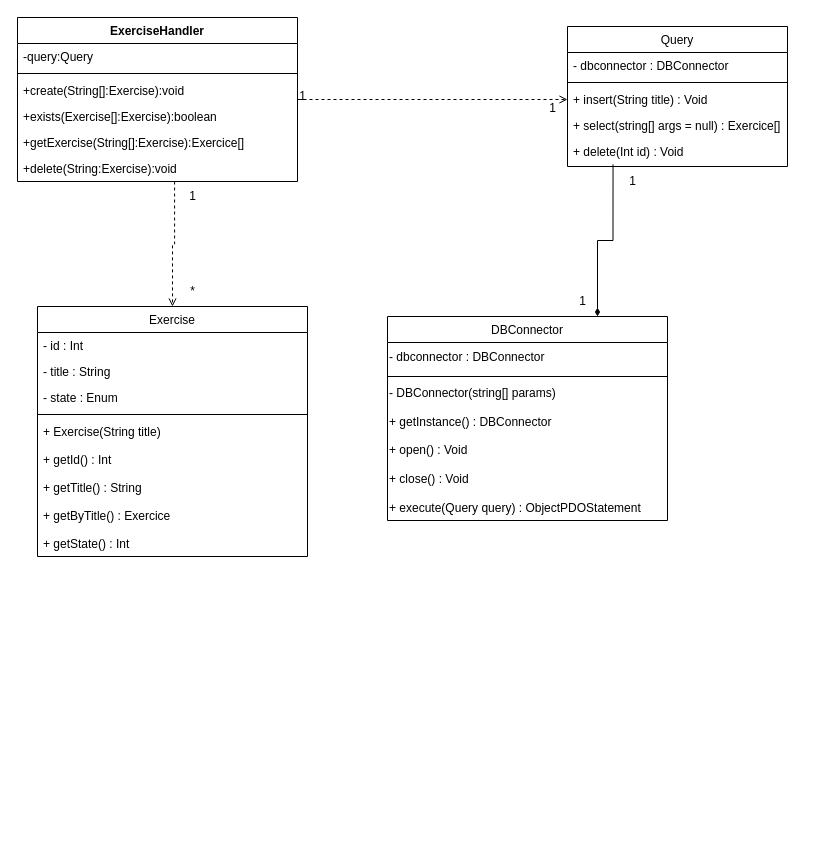
CPNV-ES/MAW1.1-JLR-JBD keeps this draw.io diagram as Documentation/DiagrammeClasse_JBD.drawio. Above is the earlier version. Source tidied: cells renumbered, new cells numbered last; positions are measured from the earlier drawing's top-left corner, leaving out a move shared by most shapes. Both pictures are drawn from the tidied source at 100%, with x=0, y=0 at pixel (17, 17).
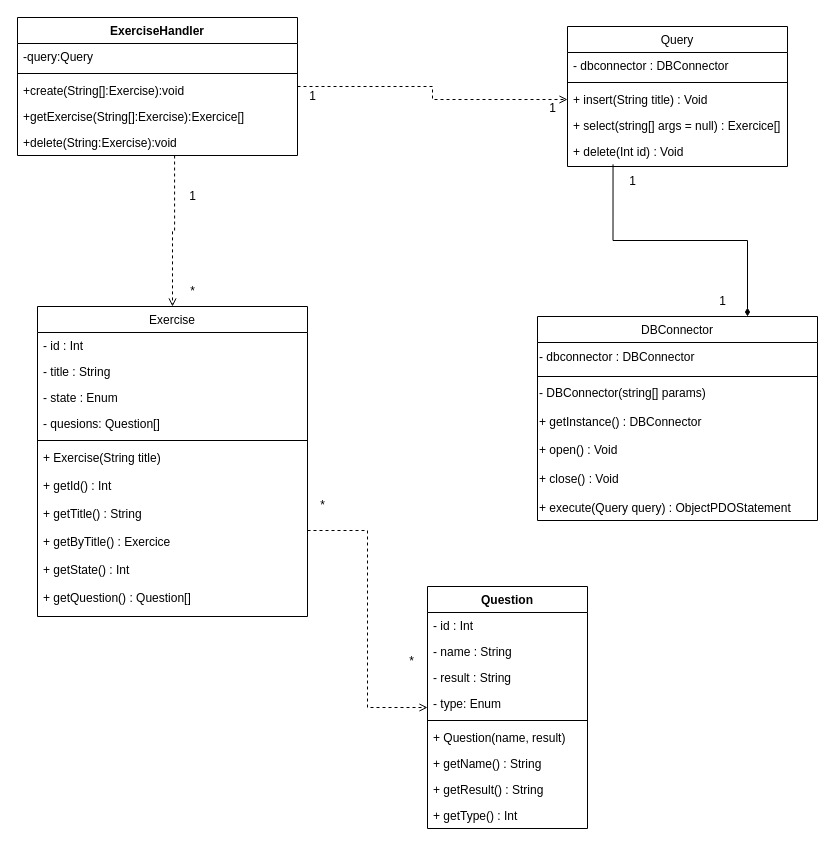
Above is the later version.

Diff of the diagram source:
```diff
@@
     <mxCell id="2" value="Exercise" style="swimlane;fontStyle=0;align=center;verticalAlign=top;horizontal=1;startSize=26;rounded=0;shadow=0;strokeWidth=1;" parent="1" vertex="1">
-      <mxGeometry x="20" y="289" width="270" height="250" as="geometry" />
+      <mxGeometry x="20" y="289" width="270" height="310" as="geometry" />
     </mxCell>
@@
+    <mxCell id="34" value="- quesions: Question[]" style="text;align=left;verticalAlign=top;spacingLeft=4;spacingRight=4;overflow=hidden;rounded=0;shadow=0;html=0;" parent="2" vertex="1">
+      <mxGeometry y="104" width="270" height="26" as="geometry" />
+    </mxCell>
     <mxCell id="6" style="line;html=1;strokeWidth=1;align=left;verticalAlign=middle;spacingTop=-1;spacingLeft=3;spacingRight=3;labelPosition=right;" parent="2" vertex="1">
-      <mxGeometry y="104" width="270" height="8" as="geometry" />
+      <mxGeometry y="130" width="270" height="8" as="geometry" />
     </mxCell>
-    <mxCell id="7" value="+ Exercise(String title) &#10;&#10;+ getId() : Int&#10;&#10;+ getTitle() : String&#10;&#10;+ getByTitle() : Exercice&#10;&#10;+ getState() : Int &#10;&#10;&#10;" style="text;align=left;verticalAlign=top;spacingLeft=4;spacingRight=4;overflow=hidden;points=[[0,0.5],[1,0.5]];portConstraint=eastwest;" parent="2" vertex="1">
-      <mxGeometry y="112" width="270" height="138" as="geometry" />
+    <mxCell id="7" value="+ Exercise(String title) &#10;&#10;+ getId() : Int&#10;&#10;+ getTitle() : String&#10;&#10;+ getByTitle() : Exercice&#10;&#10;+ getState() : Int &#10;&#10;+ getQuestion() : Question[]&#10;&#10;" style="text;align=left;verticalAlign=top;spacingLeft=4;spacingRight=4;overflow=hidden;points=[[0,0.5],[1,0.5]];portConstraint=eastwest;" parent="2" vertex="1">
+      <mxGeometry y="138" width="270" height="172" as="geometry" />
     </mxCell>
@@
     <mxCell id="9" value="DBConnector" style="swimlane;fontStyle=0;align=center;verticalAlign=top;horizontal=1;startSize=26;rounded=0;shadow=0;strokeWidth=1;" parent="1" vertex="1">
-      <mxGeometry x="370" y="299" width="280" height="204" as="geometry" />
+      <mxGeometry x="520" y="299" width="280" height="204" as="geometry" />
     </mxCell>
@@
     <mxCell id="20" value="1" style="text;html=1;align=center;verticalAlign=middle;strokeColor=none;fillColor=none;" parent="1" vertex="1">
-      <mxGeometry x="270" y="64" width="30" height="30" as="geometry" />
+      <mxGeometry x="280" y="64" width="30" height="30" as="geometry" />
     </mxCell>
@@
     <mxCell id="22" value="1" style="text;html=1;align=center;verticalAlign=middle;strokeColor=none;fillColor=none;" parent="1" vertex="1">
-      <mxGeometry x="550" y="269" width="30" height="30" as="geometry" />
+      <mxGeometry x="690" y="269" width="30" height="30" as="geometry" />
     </mxCell>
@@
     <mxCell id="24" value="ExerciseHandler" style="swimlane;fontStyle=1;align=center;verticalAlign=top;horizontal=1;startSize=26;" parent="1" vertex="1">
-      <mxGeometry width="280" height="164" as="geometry" />
+      <mxGeometry width="280" height="138" as="geometry" />
     </mxCell>
@@
-    <mxCell id="28" value="+exists(Exercise[]:Exercise):boolean" style="text;strokeColor=none;fillColor=none;align=left;verticalAlign=top;spacingLeft=4;spacingRight=4;overflow=hidden;" parent="24" vertex="1">
-      <mxGeometry y="86" width="280" height="26" as="geometry" />
-    </mxCell>
     <mxCell id="29" value="+getExercise(String[]:Exercise):Exercice[]" style="text;strokeColor=none;fillColor=none;align=left;verticalAlign=top;spacingLeft=4;spacingRight=4;overflow=hidden;" parent="24" vertex="1">
-      <mxGeometry y="112" width="280" height="26" as="geometry" />
+      <mxGeometry y="86" width="280" height="26" as="geometry" />
     </mxCell>
     <mxCell id="30" value="+delete(String:Exercise):void" style="text;strokeColor=none;fillColor=none;align=left;verticalAlign=top;spacingLeft=4;spacingRight=4;overflow=hidden;points=[[0,0.5],[1,0.5]];portConstraint=eastwest;" parent="24" vertex="1">
-      <mxGeometry y="138" width="280" height="26" as="geometry" />
+      <mxGeometry y="112" width="280" height="26" as="geometry" />
     </mxCell>
@@
+    <mxCell id="35" value="Question" style="swimlane;fontStyle=1;align=center;verticalAlign=top;horizontal=1;startSize=26;hachureGap=4;" parent="1" vertex="1">
+      <mxGeometry x="410" y="569" width="160" height="242" as="geometry" />
+    </mxCell>
+    <mxCell id="36" value="- id : Int" style="text;strokeColor=none;fillColor=none;align=left;verticalAlign=top;spacingLeft=4;spacingRight=4;overflow=hidden;hachureGap=4;" parent="35" vertex="1">
+      <mxGeometry y="26" width="160" height="26" as="geometry" />
+    </mxCell>
+    <mxCell id="37" value="- name : String" style="text;strokeColor=none;fillColor=none;align=left;verticalAlign=top;spacingLeft=4;spacingRight=4;overflow=hidden;hachureGap=4;" parent="35" vertex="1">
+      <mxGeometry y="52" width="160" height="26" as="geometry" />
+    </mxCell>
+    <mxCell id="38" value="- result : String" style="text;strokeColor=none;fillColor=none;align=left;verticalAlign=top;spacingLeft=4;spacingRight=4;overflow=hidden;hachureGap=4;" parent="35" vertex="1">
+      <mxGeometry y="78" width="160" height="26" as="geometry" />
+    </mxCell>
+    <mxCell id="39" value="- type: Enum" style="text;strokeColor=none;fillColor=none;align=left;verticalAlign=top;spacingLeft=4;spacingRight=4;overflow=hidden;hachureGap=4;" parent="35" vertex="1">
+      <mxGeometry y="104" width="160" height="26" as="geometry" />
+    </mxCell>
+    <mxCell id="40" style="line;strokeWidth=1;fillColor=none;align=left;verticalAlign=middle;spacingTop=-1;spacingLeft=3;spacingRight=3;labelPosition=right;strokeColor=inherit;hachureGap=4;" parent="35" vertex="1">
+      <mxGeometry y="130" width="160" height="8" as="geometry" />
+    </mxCell>
+    <mxCell id="41" value="+ Question(name, result)" style="text;strokeColor=none;fillColor=none;align=left;verticalAlign=top;spacingLeft=4;spacingRight=4;overflow=hidden;hachureGap=4;" parent="35" vertex="1">
+      <mxGeometry y="138" width="160" height="26" as="geometry" />
+    </mxCell>
+    <mxCell id="42" value="+ getName() : String" style="text;strokeColor=none;fillColor=none;align=left;verticalAlign=top;spacingLeft=4;spacingRight=4;overflow=hidden;hachureGap=4;" parent="35" vertex="1">
+      <mxGeometry y="164" width="160" height="26" as="geometry" />
+    </mxCell>
+    <mxCell id="43" value="+ getResult() : String" style="text;strokeColor=none;fillColor=none;align=left;verticalAlign=top;spacingLeft=4;spacingRight=4;overflow=hidden;hachureGap=4;" parent="35" vertex="1">
+      <mxGeometry y="190" width="160" height="26" as="geometry" />
+    </mxCell>
+    <mxCell id="44" value="+ getType() : Int" style="text;strokeColor=none;fillColor=none;align=left;verticalAlign=top;spacingLeft=4;spacingRight=4;overflow=hidden;hachureGap=4;" parent="35" vertex="1">
+      <mxGeometry y="216" width="160" height="26" as="geometry" />
+    </mxCell>
+    <mxCell id="45" style="edgeStyle=orthogonalEdgeStyle;rounded=0;jettySize=auto;html=1;endArrow=open;endFill=0;dashed=1;" parent="1" edge="1" source="7" target="35">
+      <mxGeometry relative="1" as="geometry" />
+    </mxCell>
+    <mxCell id="46" value="*" style="text;html=1;align=center;verticalAlign=middle;strokeColor=none;fillColor=none;" parent="1" vertex="1">
+      <mxGeometry x="379" y="629" width="30" height="30" as="geometry" />
+    </mxCell>
+    <mxCell id="47" value="*" style="text;html=1;align=center;verticalAlign=middle;strokeColor=none;fillColor=none;" parent="1" vertex="1">
+      <mxGeometry x="290" y="473" width="30" height="30" as="geometry" />
+    </mxCell>
```
